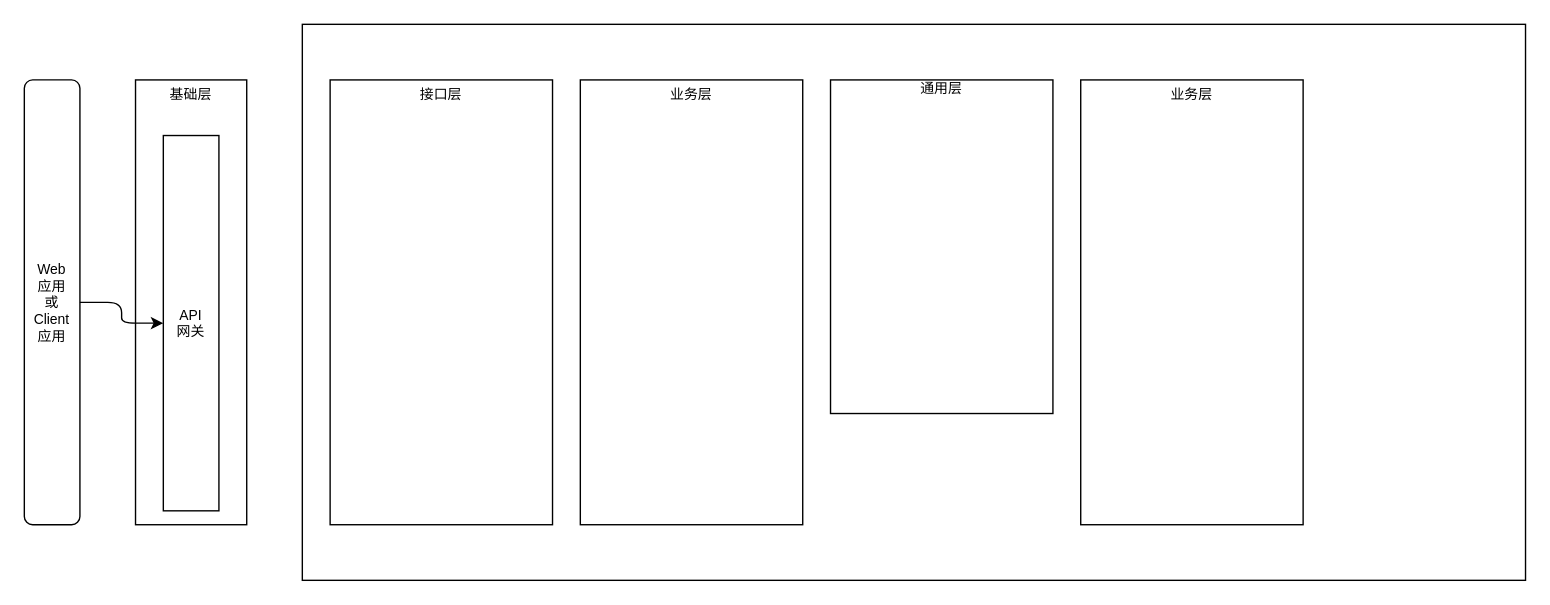
Above: leyan/policy/Policy系统分层设计图1.drawio in GeekKwok/UML (draw.io), before the change. Source tidied: cells renumbered, new cells numbered last; positions are measured from the earlier drawing's top-left corner, leaving out a move shared by most shapes. Both pictures are drawn from the tidied source at 139%, with x=0, y=0 at pixel (24, 24).
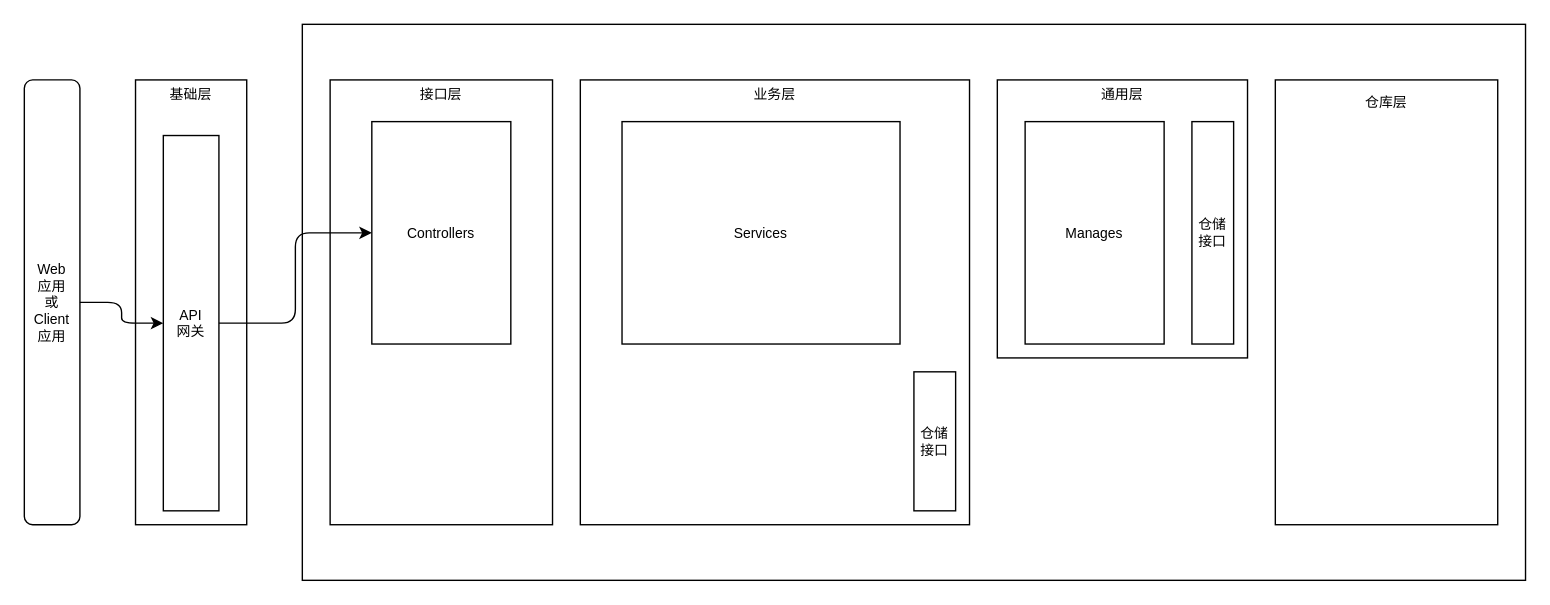
The same diagram, later.

Commit message (it also covers changes not shown here):
Update Policy系统分层设计图1.drawio

Change to the diagram source:
```diff
@@
 <mxGraphModel>
   <root>
     <mxCell id="0" />
     <mxCell id="1" parent="0" />
     <mxCell id="2" value="Web&lt;br style=&quot;font-size: 10px;&quot;&gt;应用&lt;br style=&quot;font-size: 10px;&quot;&gt;或&lt;br style=&quot;font-size: 10px;&quot;&gt;Client&lt;br style=&quot;font-size: 10px;&quot;&gt;应用" style="rounded=1;whiteSpace=wrap;html=1;fontSize=10;" parent="1" vertex="1">
       <mxGeometry y="40" width="40" height="320" as="geometry" />
     </mxCell>
     <mxCell id="3" value="基础层&lt;br style=&quot;font-size: 10px&quot;&gt;&lt;br style=&quot;font-size: 10px&quot;&gt;&lt;br style=&quot;font-size: 10px&quot;&gt;&lt;br style=&quot;font-size: 10px&quot;&gt;&lt;br style=&quot;font-size: 10px&quot;&gt;&lt;br&gt;&lt;br&gt;&lt;br&gt;&lt;br&gt;&lt;br&gt;&lt;br style=&quot;font-size: 10px&quot;&gt;&lt;br style=&quot;font-size: 10px&quot;&gt;&lt;br style=&quot;font-size: 10px&quot;&gt;&lt;br style=&quot;font-size: 10px&quot;&gt;&lt;br style=&quot;font-size: 10px&quot;&gt;&lt;br style=&quot;font-size: 10px&quot;&gt;&lt;br style=&quot;font-size: 10px&quot;&gt;&lt;br style=&quot;font-size: 10px&quot;&gt;&lt;br style=&quot;font-size: 10px&quot;&gt;&lt;br style=&quot;font-size: 10px&quot;&gt;&lt;br style=&quot;font-size: 10px&quot;&gt;&lt;br style=&quot;font-size: 10px&quot;&gt;&lt;br style=&quot;font-size: 10px&quot;&gt;&lt;br style=&quot;font-size: 10px&quot;&gt;&lt;br style=&quot;font-size: 10px&quot;&gt;&lt;br style=&quot;font-size: 10px&quot;&gt;" style="rounded=0;whiteSpace=wrap;html=1;fontSize=10;" parent="1" vertex="1">
       <mxGeometry x="80" y="40" width="80" height="320" as="geometry" />
     </mxCell>
     <mxCell id="4" style="rounded=0;whiteSpace=wrap;html=1;fontSize=10;" parent="1" vertex="1">
       <mxGeometry x="200" width="880" height="400" as="geometry" />
     </mxCell>
     <mxCell id="5" value="API&lt;br style=&quot;font-size: 10px;&quot;&gt;网关" style="rounded=0;whiteSpace=wrap;html=1;fontSize=10;" parent="1" vertex="1">
       <mxGeometry x="100" y="80" width="40" height="270" as="geometry" />
     </mxCell>
     <mxCell id="6" style="edgeStyle=orthogonalEdgeStyle;rounded=1;jettySize=auto;html=1;exitX=1;exitY=0.5;exitDx=0;exitDy=0;entryX=0;entryY=0.5;entryDx=0;entryDy=0;fontSize=10;" parent="1" edge="1" source="2" target="5">
       <mxGeometry relative="1" as="geometry" />
     </mxCell>
     <mxCell id="7" value="接口层&lt;br style=&quot;font-size: 10px&quot;&gt;&lt;br style=&quot;font-size: 10px&quot;&gt;&lt;br style=&quot;font-size: 10px&quot;&gt;&lt;br style=&quot;font-size: 10px&quot;&gt;&lt;br&gt;&lt;br&gt;&lt;br&gt;&lt;br&gt;&lt;br&gt;&lt;br style=&quot;font-size: 10px&quot;&gt;&lt;br style=&quot;font-size: 10px&quot;&gt;&lt;br style=&quot;font-size: 10px&quot;&gt;&lt;br style=&quot;font-size: 10px&quot;&gt;&lt;br style=&quot;font-size: 10px&quot;&gt;&lt;br style=&quot;font-size: 10px&quot;&gt;&lt;br style=&quot;font-size: 10px&quot;&gt;&lt;br style=&quot;font-size: 10px&quot;&gt;&lt;br style=&quot;font-size: 10px&quot;&gt;&lt;br style=&quot;font-size: 10px&quot;&gt;&lt;br style=&quot;font-size: 10px&quot;&gt;&lt;br style=&quot;font-size: 10px&quot;&gt;&lt;br style=&quot;font-size: 10px&quot;&gt;&lt;br style=&quot;font-size: 10px&quot;&gt;&lt;br style=&quot;font-size: 10px&quot;&gt;&lt;br style=&quot;font-size: 10px&quot;&gt;&lt;br style=&quot;font-size: 10px&quot;&gt;" style="rounded=0;whiteSpace=wrap;html=1;fontSize=10;" parent="1" vertex="1">
       <mxGeometry x="220" y="40" width="160" height="320" as="geometry" />
     </mxCell>
     <mxCell id="8" value="业务层&lt;br style=&quot;font-size: 10px&quot;&gt;&lt;br style=&quot;font-size: 10px&quot;&gt;&lt;br style=&quot;font-size: 10px&quot;&gt;&lt;br style=&quot;font-size: 10px&quot;&gt;&lt;br style=&quot;font-size: 10px&quot;&gt;&lt;br&gt;&lt;br&gt;&lt;br&gt;&lt;br&gt;&lt;br&gt;&lt;br&gt;&lt;br style=&quot;font-size: 10px&quot;&gt;&lt;br style=&quot;font-size: 10px&quot;&gt;&lt;br style=&quot;font-size: 10px&quot;&gt;&lt;br style=&quot;font-size: 10px&quot;&gt;&lt;br style=&quot;font-size: 10px&quot;&gt;&lt;br style=&quot;font-size: 10px&quot;&gt;&lt;br style=&quot;font-size: 10px&quot;&gt;&lt;br style=&quot;font-size: 10px&quot;&gt;&lt;br style=&quot;font-size: 10px&quot;&gt;&lt;br style=&quot;font-size: 10px&quot;&gt;&lt;br style=&quot;font-size: 10px&quot;&gt;&lt;br style=&quot;font-size: 10px&quot;&gt;&lt;br style=&quot;font-size: 10px&quot;&gt;&lt;br style=&quot;font-size: 10px&quot;&gt;&lt;br style=&quot;font-size: 10px&quot;&gt;" style="rounded=0;whiteSpace=wrap;html=1;fontSize=10;" parent="1" vertex="1">
-      <mxGeometry x="400" y="40" width="160" height="320" as="geometry" />
+      <mxGeometry x="400" y="40" width="280" height="320" as="geometry" />
     </mxCell>
-    <mxCell id="9" value="通用层&lt;br style=&quot;font-size: 10px&quot;&gt;&lt;br style=&quot;font-size: 10px&quot;&gt;&lt;br style=&quot;font-size: 10px&quot;&gt;&lt;br&gt;&lt;br&gt;&lt;br&gt;&lt;br&gt;&lt;br&gt;&lt;br&gt;&lt;br&gt;&lt;br&gt;&lt;br style=&quot;font-size: 10px&quot;&gt;&lt;br style=&quot;font-size: 10px&quot;&gt;&lt;br style=&quot;font-size: 10px&quot;&gt;&lt;br style=&quot;font-size: 10px&quot;&gt;&lt;br style=&quot;font-size: 10px&quot;&gt;&lt;br style=&quot;font-size: 10px&quot;&gt;&lt;br style=&quot;font-size: 10px&quot;&gt;&lt;br style=&quot;font-size: 10px&quot;&gt;&lt;br style=&quot;font-size: 10px&quot;&gt;" style="rounded=0;whiteSpace=wrap;html=1;fontSize=10;" parent="1" vertex="1">
-      <mxGeometry x="580" y="40" width="160" height="240" as="geometry" />
+    <mxCell id="9" value="通用层&lt;br&gt;&lt;br&gt;&lt;br&gt;&lt;br&gt;&lt;br&gt;&lt;br&gt;&lt;br&gt;&lt;br style=&quot;font-size: 10px&quot;&gt;&lt;br style=&quot;font-size: 10px&quot;&gt;&lt;br style=&quot;font-size: 10px&quot;&gt;&lt;br style=&quot;font-size: 10px&quot;&gt;&lt;br style=&quot;font-size: 10px&quot;&gt;&lt;br style=&quot;font-size: 10px&quot;&gt;&lt;br style=&quot;font-size: 10px&quot;&gt;&lt;br&gt;&lt;br&gt;" style="rounded=0;whiteSpace=wrap;html=1;fontSize=10;" parent="1" vertex="1">
+      <mxGeometry x="700" y="40" width="180" height="200" as="geometry" />
     </mxCell>
-    <mxCell id="10" value="业务层&lt;br style=&quot;font-size: 10px&quot;&gt;&lt;br style=&quot;font-size: 10px&quot;&gt;&lt;br style=&quot;font-size: 10px&quot;&gt;&lt;br style=&quot;font-size: 10px&quot;&gt;&lt;br style=&quot;font-size: 10px&quot;&gt;&lt;br&gt;&lt;br&gt;&lt;br&gt;&lt;br&gt;&lt;br&gt;&lt;br&gt;&lt;br style=&quot;font-size: 10px&quot;&gt;&lt;br style=&quot;font-size: 10px&quot;&gt;&lt;br style=&quot;font-size: 10px&quot;&gt;&lt;br style=&quot;font-size: 10px&quot;&gt;&lt;br style=&quot;font-size: 10px&quot;&gt;&lt;br style=&quot;font-size: 10px&quot;&gt;&lt;br style=&quot;font-size: 10px&quot;&gt;&lt;br style=&quot;font-size: 10px&quot;&gt;&lt;br style=&quot;font-size: 10px&quot;&gt;&lt;br style=&quot;font-size: 10px&quot;&gt;&lt;br style=&quot;font-size: 10px&quot;&gt;&lt;br style=&quot;font-size: 10px&quot;&gt;&lt;br style=&quot;font-size: 10px&quot;&gt;&lt;br style=&quot;font-size: 10px&quot;&gt;&lt;br style=&quot;font-size: 10px&quot;&gt;" style="rounded=0;whiteSpace=wrap;html=1;fontSize=10;" parent="1" vertex="1">
-      <mxGeometry x="760" y="40" width="160" height="320" as="geometry" />
+    <mxCell id="10" value="仓库层&lt;br style=&quot;font-size: 10px&quot;&gt;&lt;br style=&quot;font-size: 10px&quot;&gt;&lt;br style=&quot;font-size: 10px&quot;&gt;&lt;br style=&quot;font-size: 10px&quot;&gt;&lt;br style=&quot;font-size: 10px&quot;&gt;&lt;br&gt;&lt;br&gt;&lt;br&gt;&lt;br&gt;&lt;br&gt;&lt;br&gt;&lt;br style=&quot;font-size: 10px&quot;&gt;&lt;br style=&quot;font-size: 10px&quot;&gt;&lt;br style=&quot;font-size: 10px&quot;&gt;&lt;br style=&quot;font-size: 10px&quot;&gt;&lt;br style=&quot;font-size: 10px&quot;&gt;&lt;br style=&quot;font-size: 10px&quot;&gt;&lt;br style=&quot;font-size: 10px&quot;&gt;&lt;br style=&quot;font-size: 10px&quot;&gt;&lt;br style=&quot;font-size: 10px&quot;&gt;&lt;br style=&quot;font-size: 10px&quot;&gt;&lt;br style=&quot;font-size: 10px&quot;&gt;&lt;br style=&quot;font-size: 10px&quot;&gt;&lt;br style=&quot;font-size: 10px&quot;&gt;&lt;br style=&quot;font-size: 10px&quot;&gt;" style="rounded=0;whiteSpace=wrap;html=1;fontSize=10;" parent="1" vertex="1">
+      <mxGeometry x="900" y="40" width="160" height="320" as="geometry" />
     </mxCell>
+    <mxCell id="11" value="Controllers" style="rounded=0;whiteSpace=wrap;html=1;fontSize=10;" parent="1" vertex="1">
+      <mxGeometry x="250" y="70" width="100" height="160" as="geometry" />
+    </mxCell>
+    <mxCell id="12" style="edgeStyle=orthogonalEdgeStyle;rounded=1;jettySize=auto;html=1;exitX=1;exitY=0.5;exitDx=0;exitDy=0;fontSize=10;" parent="1" edge="1" source="5" target="11">
+      <mxGeometry relative="1" as="geometry" />
+    </mxCell>
+    <mxCell id="13" value="Services" style="rounded=0;whiteSpace=wrap;html=1;fontSize=10;" parent="1" vertex="1">
+      <mxGeometry x="430" y="70" width="200" height="160" as="geometry" />
+    </mxCell>
+    <mxCell id="14" value="仓储接口" style="rounded=0;whiteSpace=wrap;html=1;fontSize=10;" parent="1" vertex="1">
+      <mxGeometry x="640" y="250" width="30" height="100" as="geometry" />
+    </mxCell>
+    <mxCell id="15" value="Manages" style="rounded=0;whiteSpace=wrap;html=1;fontSize=10;" parent="1" vertex="1">
+      <mxGeometry x="720" y="70" width="100" height="160" as="geometry" />
+    </mxCell>
+    <mxCell id="16" value="仓储接口" style="rounded=0;whiteSpace=wrap;html=1;fontSize=10;" parent="1" vertex="1">
+      <mxGeometry x="840" y="70" width="30" height="160" as="geometry" />
+    </mxCell>
   </root>
 </mxGraphModel>
```
